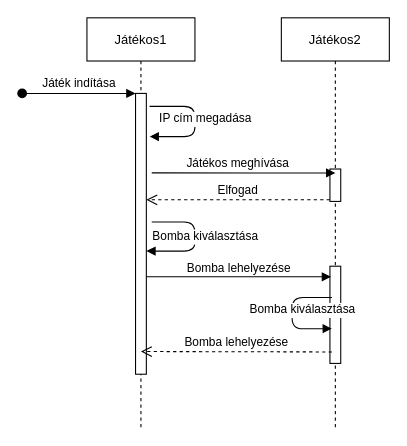
Before: Diagrams/gameplay-sequence-diagram.drawio in patrik3046/Szakdolgozat-Militarized_Zone, a draw.io diagram. Source tidied: cells renumbered, new cells numbered last; positions are measured from the earlier drawing's top-left corner, leaving out a move shared by most shapes. Both pictures are drawn from the tidied source at 108%, with x=0, y=0 at pixel (22, 17).
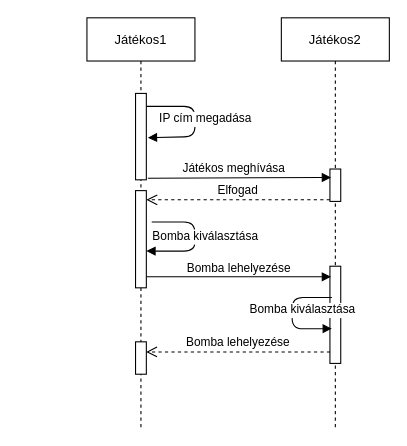
The same page after the edit.

Unchanged cells that the change refers to:
```xml
<mxCell id="2" value="Játékos1" style="shape=umlLifeline;perimeter=lifelinePerimeter;rounded=0;shadow=0;strokeWidth=1;" parent="1" vertex="1">
  <mxGeometry x="60" width="100" height="380" as="geometry" />
</mxCell>
<mxCell id="7" value="Játékos2" style="shape=umlLifeline;perimeter=lifelinePerimeter;rounded=0;shadow=0;strokeWidth=1;" parent="1" vertex="1">
  <mxGeometry x="240" width="100" height="380" as="geometry" />
</mxCell>
<mxCell id="8" style="points=[];perimeter=orthogonalPerimeter;rounded=0;shadow=0;strokeWidth=1;" parent="7" vertex="1">
  <mxGeometry x="45" y="140" width="10" height="30" as="geometry" />
</mxCell>
<mxCell id="9" style="points=[];perimeter=orthogonalPerimeter;rounded=0;shadow=0;strokeWidth=1;" parent="7" vertex="1">
  <mxGeometry x="45" y="230" width="10" height="90" as="geometry" />
</mxCell>
```

Diff of the diagram source:
```diff
@@
-    <mxCell id="3" style="points=[];perimeter=orthogonalPerimeter;rounded=0;shadow=0;strokeWidth=1;" parent="2" vertex="1">
-      <mxGeometry x="45" y="70" width="10" height="260" as="geometry" />
-    </mxCell>
-    <mxCell id="4" value="Játék indítása" style="verticalAlign=bottom;startArrow=oval;endArrow=block;startSize=8;shadow=0;strokeWidth=1;" parent="2" edge="1" target="3">
-      <mxGeometry relative="1" as="geometry">
-        <mxPoint x="-60" y="70" as="sourcePoint" />
-      </mxGeometry>
-    </mxCell>
-    <mxCell id="5" value="IP cím megadása" style="verticalAlign=bottom;endArrow=block;shadow=0;strokeWidth=1;" parent="2" edge="1">
+    <mxCell id="5" value="IP cím megadása" style="verticalAlign=bottom;endArrow=block;shadow=0;strokeWidth=1;entryX=1.14;entryY=0.512;entryDx=0;entryDy=0;entryPerimeter=0;" parent="2" edge="1" source="15" target="15">
       <mxGeometry x="0.11" y="10" relative="1" as="geometry">
-        <mxPoint x="58" y="82" as="sourcePoint" />
-        <mxPoint x="58" y="110" as="targetPoint" />
         <Array as="points">
           <mxPoint x="100" y="82" />
           <mxPoint x="100" y="110" />
         </Array>
       </mxGeometry>
     </mxCell>
-    <mxCell id="6" value="Bomba kiválasztása" style="verticalAlign=bottom;endArrow=block;shadow=0;strokeWidth=1;" parent="2" edge="1" target="3">
+    <mxCell id="6" value="Bomba kiválasztása" style="verticalAlign=bottom;endArrow=block;shadow=0;strokeWidth=1;" parent="2" edge="1">
       <mxGeometry x="0.11" y="10" relative="1" as="geometry">
         <mxPoint x="60" y="189" as="sourcePoint" />
+        <mxPoint x="55" y="216" as="targetPoint" />
         <Array as="points">
           <mxPoint x="100" y="189" />
           <mxPoint x="100" y="216" />
         </Array>
       </mxGeometry>
     </mxCell>
+    <mxCell id="15" style="points=[];perimeter=orthogonalPerimeter;rounded=0;shadow=0;strokeWidth=1;" parent="2" vertex="1">
+      <mxGeometry x="45" y="70" width="10" height="80" as="geometry" />
+    </mxCell>
+    <mxCell id="16" style="perimeter=orthogonalPerimeter;rounded=0;shadow=0;strokeWidth=1;" parent="2" vertex="1">
+      <mxGeometry x="45" y="160" width="10" height="90" as="geometry" />
+    </mxCell>
+    <mxCell id="17" style="points=[];perimeter=orthogonalPerimeter;rounded=0;shadow=0;strokeWidth=1;" parent="2" vertex="1">
+      <mxGeometry x="45" y="300" width="10" height="30" as="geometry" />
+    </mxCell>
@@
-    <mxCell id="11" value="Elfogad" style="verticalAlign=bottom;endArrow=open;dashed=1;endSize=8;exitX=0;exitY=0.95;shadow=0;strokeWidth=1;" parent="1" edge="1" source="8" target="3">
-      <mxGeometry relative="1" as="geometry" />
+    <mxCell id="11" value="Elfogad" style="verticalAlign=bottom;endArrow=open;dashed=1;endSize=8;exitX=0;exitY=0.95;shadow=0;strokeWidth=1;" parent="1" edge="1" source="8">
+      <mxGeometry relative="1" as="geometry">
+        <mxPoint x="115" y="168.5" as="targetPoint" />
+      </mxGeometry>
     </mxCell>
-    <mxCell id="12" value="Játékos meghívása" style="verticalAlign=bottom;endArrow=block;shadow=0;strokeWidth=1;exitX=1.5;exitY=0.283;exitDx=0;exitDy=0;exitPerimeter=0;entryX=0.5;entryY=0.378;entryDx=0;entryDy=0;entryPerimeter=0;" parent="1" edge="1" source="3" target="7">
+    <mxCell id="12" value="Játékos meghívása" style="verticalAlign=bottom;endArrow=block;shadow=0;strokeWidth=1;exitX=1.14;exitY=0.982;exitDx=0;exitDy=0;exitPerimeter=0;entryX=0.1;entryY=0.26;entryDx=0;entryDy=0;entryPerimeter=0;" parent="1" edge="1" source="15" target="8">
       <mxGeometry x="-0.06" relative="1" as="geometry" />
     </mxCell>
-    <mxCell id="13" value="Bomba lehelyezése" style="verticalAlign=bottom;endArrow=block;shadow=0;strokeWidth=1;entryX=0.1;entryY=0.109;entryDx=0;entryDy=0;entryPerimeter=0;" parent="1" edge="1" source="3" target="9">
-      <mxGeometry y="-1" relative="1" as="geometry" />
+    <mxCell id="13" value="Bomba lehelyezése" style="verticalAlign=bottom;endArrow=block;shadow=0;strokeWidth=1;entryX=0.1;entryY=0.109;entryDx=0;entryDy=0;entryPerimeter=0;" parent="1" edge="1" target="9">
+      <mxGeometry y="-1" relative="1" as="geometry">
+        <mxPoint x="115" y="239.8" as="sourcePoint" />
+      </mxGeometry>
     </mxCell>
-    <mxCell id="14" value="Bomba lehelyezése" style="verticalAlign=bottom;endArrow=open;dashed=1;endSize=8;exitX=0.18;exitY=0.882;shadow=0;strokeWidth=1;exitDx=0;exitDy=0;exitPerimeter=0;" parent="1" edge="1" source="9">
-      <mxGeometry relative="1" as="geometry">
-        <mxPoint x="110" y="309" as="targetPoint" />
-      </mxGeometry>
+    <mxCell id="14" value="Bomba lehelyezése" style="verticalAlign=bottom;endArrow=open;dashed=1;endSize=8;shadow=0;strokeWidth=1;startArrow=none;entryX=0.98;entryY=0.313;entryDx=0;entryDy=0;entryPerimeter=0;exitX=0.02;exitY=0.882;exitDx=0;exitDy=0;exitPerimeter=0;" parent="1" edge="1" source="9" target="17">
+      <mxGeometry relative="1" as="geometry" />
     </mxCell>
```
